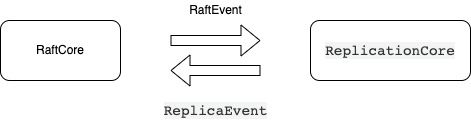
The draw.io diagram draw/async-raft-replicate.drawio.png in lichuang/note-image, before a commit. Source tidied: cells renumbered, new cells last; positions are measured from the earlier drawing's top-left corner, leaving out a move shared by most shapes. Its diagram source:
```xml
<mxGraphModel>
  <root>
    <mxCell id="0" />
    <mxCell id="1" parent="0" />
    <mxCell id="2" value="RaftCore" style="rounded=1;whiteSpace=wrap;html=1;" parent="1" vertex="1">
      <mxGeometry y="20" width="120" height="60" as="geometry" />
    </mxCell>
    <mxCell id="3" value="&lt;span style=&quot;color: rgb(51 , 51 , 51) ; font-family: &amp;#34;lucida console&amp;#34; , &amp;#34;consolas&amp;#34; , &amp;#34;courier&amp;#34; , monospace ; font-size: 14.4px ; text-align: left ; background-color: rgb(243 , 244 , 244)&quot;&gt;ReplicationCore&lt;/span&gt;" style="rounded=1;whiteSpace=wrap;html=1;" parent="1" vertex="1">
      <mxGeometry x="310" y="20" width="160" height="60" as="geometry" />
    </mxCell>
    <mxCell id="4" style="shape=flexArrow;endArrow=classic;html=1;rounded=0;" parent="1" edge="1">
      <mxGeometry relative="1" as="geometry">
        <mxPoint x="170" y="40" as="sourcePoint" />
        <mxPoint x="260" y="40" as="targetPoint" />
      </mxGeometry>
    </mxCell>
    <mxCell id="5" style="shape=flexArrow;endArrow=classic;html=1;rounded=0;" parent="1" edge="1">
      <mxGeometry relative="1" as="geometry">
        <mxPoint x="260" y="70" as="sourcePoint" />
        <mxPoint x="170" y="70" as="targetPoint" />
      </mxGeometry>
    </mxCell>
    <mxCell id="6" value="RaftEvent" style="text;html=1;align=center;verticalAlign=middle;fillColor=none;strokeColor=none;rounded=0;" parent="1" vertex="1">
      <mxGeometry x="180" width="70" height="20" as="geometry" />
    </mxCell>
    <mxCell id="7" value="&lt;span style=&quot;color: rgb(51 , 51 , 51) ; font-family: &amp;#34;lucida console&amp;#34; , &amp;#34;consolas&amp;#34; , &amp;#34;courier&amp;#34; , monospace ; font-size: 14.4px ; text-align: left ; background-color: rgb(243 , 244 , 244)&quot;&gt;ReplicaEvent&lt;/span&gt;" style="text;html=1;align=center;verticalAlign=middle;fillColor=none;strokeColor=none;rounded=0;" parent="1" vertex="1">
      <mxGeometry x="155" y="100" width="120" height="20" as="geometry" />
    </mxCell>
  </root>
</mxGraphModel>
```
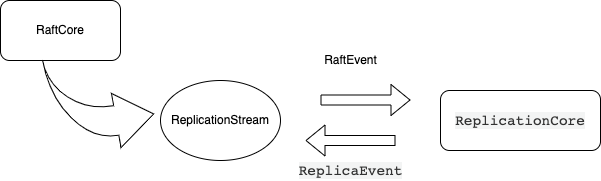
The same file after the commit.

What changed in the source:
```diff
@@ -5,26 +5,32 @@
     <mxCell id="2" value="RaftCore" style="rounded=1;whiteSpace=wrap;html=1;" parent="1" vertex="1">
       <mxGeometry y="20" width="120" height="60" as="geometry" />
     </mxCell>
-    <mxCell id="3" value="&lt;span style=&quot;color: rgb(51 , 51 , 51) ; font-family: &amp;#34;lucida console&amp;#34; , &amp;#34;consolas&amp;#34; , &amp;#34;courier&amp;#34; , monospace ; font-size: 14.4px ; text-align: left ; background-color: rgb(243 , 244 , 244)&quot;&gt;ReplicationCore&lt;/span&gt;" style="rounded=1;whiteSpace=wrap;html=1;" parent="1" vertex="1">
-      <mxGeometry x="310" y="20" width="160" height="60" as="geometry" />
+    <mxCell id="3" value="&lt;div style=&quot;text-align: left&quot;&gt;&lt;font color=&quot;#333333&quot; face=&quot;lucida console, consolas, courier, monospace&quot;&gt;&lt;span style=&quot;font-size: 14.4px ; background-color: rgb(243 , 244 , 244)&quot;&gt;ReplicationCore&lt;/span&gt;&lt;/font&gt;&lt;/div&gt;" style="rounded=1;whiteSpace=wrap;html=1;" parent="1" vertex="1">
+      <mxGeometry x="440" y="110" width="160" height="60" as="geometry" />
     </mxCell>
     <mxCell id="4" style="shape=flexArrow;endArrow=classic;html=1;rounded=0;" parent="1" edge="1">
       <mxGeometry relative="1" as="geometry">
-        <mxPoint x="170" y="40" as="sourcePoint" />
-        <mxPoint x="260" y="40" as="targetPoint" />
+        <mxPoint x="320" y="119.5" as="sourcePoint" />
+        <mxPoint x="410" y="119.5" as="targetPoint" />
       </mxGeometry>
     </mxCell>
     <mxCell id="5" style="shape=flexArrow;endArrow=classic;html=1;rounded=0;" parent="1" edge="1">
       <mxGeometry relative="1" as="geometry">
-        <mxPoint x="260" y="70" as="sourcePoint" />
-        <mxPoint x="170" y="70" as="targetPoint" />
+        <mxPoint x="395" y="160" as="sourcePoint" />
+        <mxPoint x="305" y="160" as="targetPoint" />
       </mxGeometry>
     </mxCell>
     <mxCell id="6" value="RaftEvent" style="text;html=1;align=center;verticalAlign=middle;fillColor=none;strokeColor=none;rounded=0;" parent="1" vertex="1">
-      <mxGeometry x="180" width="70" height="20" as="geometry" />
+      <mxGeometry x="315" y="70" width="70" height="20" as="geometry" />
     </mxCell>
     <mxCell id="7" value="&lt;span style=&quot;color: rgb(51 , 51 , 51) ; font-family: &amp;#34;lucida console&amp;#34; , &amp;#34;consolas&amp;#34; , &amp;#34;courier&amp;#34; , monospace ; font-size: 14.4px ; text-align: left ; background-color: rgb(243 , 244 , 244)&quot;&gt;ReplicaEvent&lt;/span&gt;" style="text;html=1;align=center;verticalAlign=middle;fillColor=none;strokeColor=none;rounded=0;" parent="1" vertex="1">
-      <mxGeometry x="155" y="100" width="120" height="20" as="geometry" />
+      <mxGeometry x="290" y="180" width="120" height="20" as="geometry" />
     </mxCell>
+    <mxCell id="8" value="ReplicationStream" style="ellipse;whiteSpace=wrap;html=1;" parent="1" vertex="1">
+      <mxGeometry x="160" y="100" width="120" height="80" as="geometry" />
+    </mxCell>
+    <mxCell id="9" style="html=1;shadow=0;dashed=0;align=center;verticalAlign=middle;shape=mxgraph.arrows2.jumpInArrow;dy=15;dx=38;arrowHead=55;direction=south;rotation=260;flipV=0;flipH=1;" parent="1" vertex="1">
+      <mxGeometry x="50" y="70" width="100" height="100" as="geometry" />
+    </mxCell>
   </root>
 </mxGraphModel>
```
